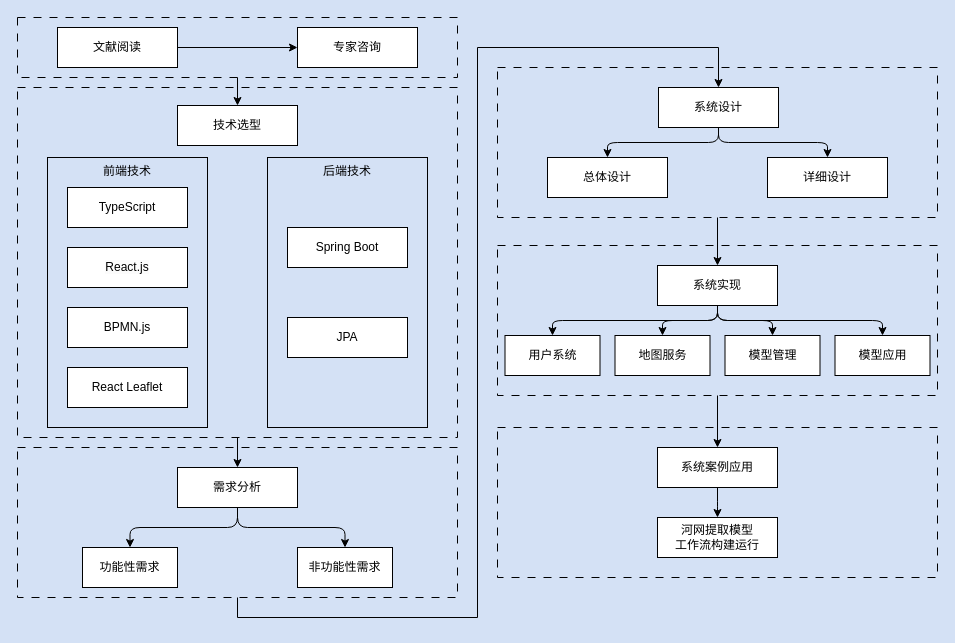
Above: page "第 2 页" (2 of 2) of 本科毕设/技术路线图.drawio in Orangon/drawio-digrams (draw.io), before the change. Source tidied: cells renumbered, new cells numbered last; positions are measured from the earlier drawing's top-left corner, leaving out a move shared by most shapes. Both pictures are drawn from the tidied source at 100%, with x=0, y=0 at pixel (17, 17).
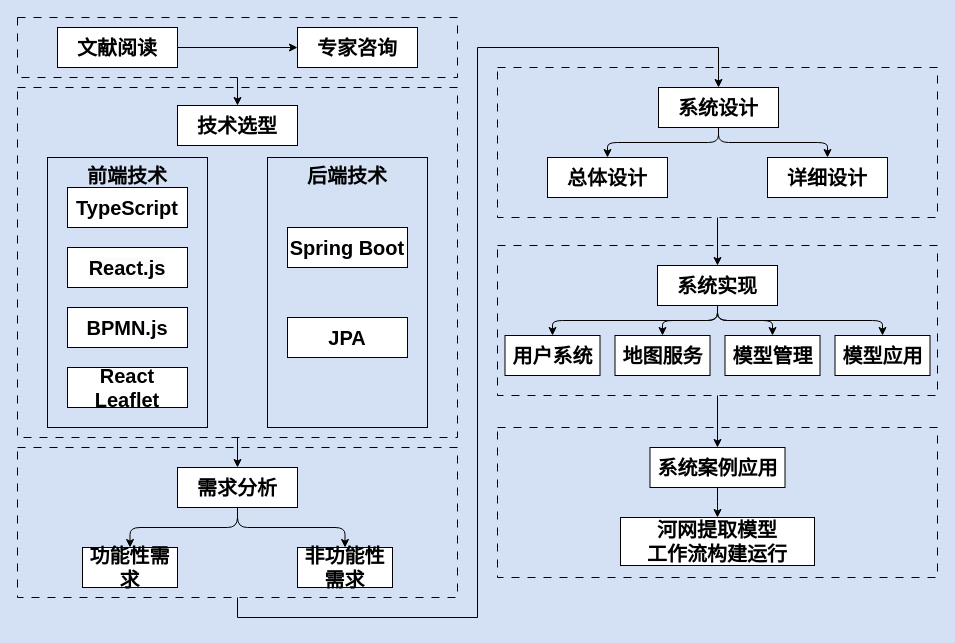
The same page after the edit.

Commit message:
更新技术路线图.drawio

What changed in the source:
```diff
@@
-    <mxCell id="2" style="edgeStyle=orthogonalEdgeStyle;rounded=0;jettySize=auto;html=1;entryX=0.5;entryY=0;entryDx=0;entryDy=0;" parent="1" edge="1" source="3" target="9">
+    <mxCell id="2" style="edgeStyle=orthogonalEdgeStyle;rounded=0;jettySize=auto;html=1;entryX=0.5;entryY=0;entryDx=0;entryDy=0;fontSize=20;fontStyle=1;" parent="1" edge="1" source="3" target="9">
       <mxGeometry relative="1" as="geometry" />
     </mxCell>
-    <mxCell id="3" style="rounded=0;whiteSpace=wrap;html=1;fillColor=none;dashed=1;dashPattern=8 8;" parent="1" vertex="1">
+    <mxCell id="3" style="rounded=0;whiteSpace=wrap;html=1;fillColor=none;dashed=1;dashPattern=8 8;fontSize=20;fontStyle=1;" parent="1" vertex="1">
       <mxGeometry y="70" width="440" height="350" as="geometry" />
     </mxCell>
-    <mxCell id="4" value="技术选型" style="rounded=0;whiteSpace=wrap;html=1;" parent="1" vertex="1">
+    <mxCell id="4" value="技术选型" style="rounded=0;whiteSpace=wrap;html=1;fontSize=20;fontStyle=1;" parent="1" vertex="1">
       <mxGeometry x="160" y="88" width="120" height="40" as="geometry" />
     </mxCell>
-    <mxCell id="5" style="edgeStyle=orthogonalEdgeStyle;rounded=0;jettySize=auto;html=1;exitX=0.5;exitY=1;exitDx=0;exitDy=0;" parent="1" edge="1" source="6" target="14">
+    <mxCell id="5" style="edgeStyle=orthogonalEdgeStyle;rounded=0;jettySize=auto;html=1;exitX=0.5;exitY=1;exitDx=0;exitDy=0;fontSize=20;fontStyle=1;" parent="1" edge="1" source="6" target="14">
       <mxGeometry relative="1" as="geometry">
         <Array as="points">
           <mxPoint x="220" y="600" />
           <mxPoint x="460" y="600" />
           <mxPoint x="460" y="30" />
           <mxPoint x="701" y="30" />
         </Array>
       </mxGeometry>
     </mxCell>
-    <mxCell id="6" style="rounded=0;whiteSpace=wrap;html=1;fillColor=none;dashed=1;dashPattern=8 8;" parent="1" vertex="1">
+    <mxCell id="6" style="rounded=0;whiteSpace=wrap;html=1;fillColor=none;dashed=1;dashPattern=8 8;fontSize=20;fontStyle=1;" parent="1" vertex="1">
       <mxGeometry y="430" width="440" height="150" as="geometry" />
     </mxCell>
-    <mxCell id="7" style="edgeStyle=elbowEdgeStyle;elbow=vertical;html=1;" parent="1" edge="1" source="9" target="32">
+    <mxCell id="7" style="edgeStyle=elbowEdgeStyle;elbow=vertical;html=1;fontSize=20;fontStyle=1;" parent="1" edge="1" source="9" target="32">
       <mxGeometry relative="1" as="geometry" />
     </mxCell>
-    <mxCell id="8" style="edgeStyle=elbowEdgeStyle;elbow=vertical;html=1;" parent="1" edge="1" source="9" target="33">
+    <mxCell id="8" style="edgeStyle=elbowEdgeStyle;elbow=vertical;html=1;fontSize=20;fontStyle=1;" parent="1" edge="1" source="9" target="33">
       <mxGeometry relative="1" as="geometry" />
     </mxCell>
-    <mxCell id="9" value="需求分析" style="rounded=0;whiteSpace=wrap;html=1;" parent="1" vertex="1">
+    <mxCell id="9" value="需求分析" style="rounded=0;whiteSpace=wrap;html=1;fontSize=20;fontStyle=1;" parent="1" vertex="1">
       <mxGeometry x="160" y="450" width="120" height="40" as="geometry" />
     </mxCell>
-    <mxCell id="10" style="edgeStyle=orthogonalEdgeStyle;rounded=0;jettySize=auto;html=1;" parent="1" edge="1" source="11" target="23">
+    <mxCell id="10" style="edgeStyle=orthogonalEdgeStyle;rounded=0;jettySize=auto;html=1;fontSize=20;fontStyle=1;" parent="1" edge="1" source="11" target="23">
       <mxGeometry relative="1" as="geometry" />
     </mxCell>
-    <mxCell id="11" style="rounded=0;whiteSpace=wrap;html=1;fillColor=none;dashed=1;dashPattern=8 8;" parent="1" vertex="1">
+    <mxCell id="11" style="rounded=0;whiteSpace=wrap;html=1;fillColor=none;dashed=1;dashPattern=8 8;fontSize=20;fontStyle=1;" parent="1" vertex="1">
       <mxGeometry x="480" y="50" width="440" height="150" as="geometry" />
     </mxCell>
-    <mxCell id="12" style="edgeStyle=elbowEdgeStyle;elbow=vertical;html=1;entryX=0.5;entryY=0;entryDx=0;entryDy=0;" parent="1" edge="1" source="14" target="16">
+    <mxCell id="12" style="edgeStyle=elbowEdgeStyle;elbow=vertical;html=1;entryX=0.5;entryY=0;entryDx=0;entryDy=0;fontSize=20;fontStyle=1;" parent="1" edge="1" source="14" target="16">
       <mxGeometry relative="1" as="geometry" />
     </mxCell>
-    <mxCell id="13" style="edgeStyle=elbowEdgeStyle;elbow=vertical;html=1;entryX=0.5;entryY=0;entryDx=0;entryDy=0;" parent="1" edge="1" source="14" target="15">
+    <mxCell id="13" style="edgeStyle=elbowEdgeStyle;elbow=vertical;html=1;entryX=0.5;entryY=0;entryDx=0;entryDy=0;fontSize=20;fontStyle=1;" parent="1" edge="1" source="14" target="15">
       <mxGeometry relative="1" as="geometry" />
     </mxCell>
-    <mxCell id="14" value="系统设计" style="rounded=0;whiteSpace=wrap;html=1;" parent="1" vertex="1">
+    <mxCell id="14" value="系统设计" style="rounded=0;whiteSpace=wrap;html=1;fontSize=20;fontStyle=1;" parent="1" vertex="1">
       <mxGeometry x="641" y="70" width="120" height="40" as="geometry" />
     </mxCell>
-    <mxCell id="15" value="详细设计" style="rounded=0;whiteSpace=wrap;html=1;" parent="1" vertex="1">
+    <mxCell id="15" value="详细设计" style="rounded=0;whiteSpace=wrap;html=1;fontSize=20;fontStyle=1;" parent="1" vertex="1">
       <mxGeometry x="750" y="140" width="120" height="40" as="geometry" />
     </mxCell>
-    <mxCell id="16" value="总体设计" style="rounded=0;whiteSpace=wrap;html=1;" parent="1" vertex="1">
+    <mxCell id="16" value="总体设计" style="rounded=0;whiteSpace=wrap;html=1;fontSize=20;fontStyle=1;" parent="1" vertex="1">
       <mxGeometry x="530" y="140" width="120" height="40" as="geometry" />
     </mxCell>
-    <mxCell id="17" style="edgeStyle=orthogonalEdgeStyle;rounded=0;jettySize=auto;html=1;entryX=0.5;entryY=0;entryDx=0;entryDy=0;" parent="1" edge="1" source="18" target="26">
+    <mxCell id="17" style="rounded=0;jettySize=auto;html=1;entryX=0.5;entryY=0;entryDx=0;entryDy=0;" parent="1" edge="1" source="18" target="26">
       <mxGeometry relative="1" as="geometry" />
     </mxCell>
-    <mxCell id="18" style="rounded=0;whiteSpace=wrap;html=1;fillColor=none;dashed=1;dashPattern=8 8;" parent="1" vertex="1">
+    <mxCell id="18" style="rounded=0;whiteSpace=wrap;html=1;fillColor=none;dashed=1;dashPattern=8 8;fontSize=20;fontStyle=1;" parent="1" vertex="1">
       <mxGeometry x="480" y="228" width="440" height="150" as="geometry" />
     </mxCell>
-    <mxCell id="19" style="edgeStyle=orthogonalEdgeStyle;html=1;entryX=0.5;entryY=0;entryDx=0;entryDy=0;" parent="1" edge="1" source="23" target="36">
+    <mxCell id="19" style="edgeStyle=orthogonalEdgeStyle;html=1;entryX=0.5;entryY=0;entryDx=0;entryDy=0;fontSize=20;fontStyle=1;" parent="1" edge="1" source="23" target="36">
       <mxGeometry relative="1" as="geometry" />
     </mxCell>
-    <mxCell id="20" style="edgeStyle=elbowEdgeStyle;elbow=vertical;html=1;entryX=0.5;entryY=0;entryDx=0;entryDy=0;" parent="1" edge="1" source="23" target="35">
+    <mxCell id="20" style="edgeStyle=elbowEdgeStyle;elbow=vertical;html=1;entryX=0.5;entryY=0;entryDx=0;entryDy=0;fontSize=20;fontStyle=1;" parent="1" edge="1" source="23" target="35">
       <mxGeometry relative="1" as="geometry" />
     </mxCell>
-    <mxCell id="21" style="edgeStyle=elbowEdgeStyle;elbow=vertical;html=1;" parent="1" edge="1" source="23" target="37">
+    <mxCell id="21" style="edgeStyle=elbowEdgeStyle;elbow=vertical;html=1;fontSize=20;fontStyle=1;" parent="1" edge="1" source="23" target="37">
       <mxGeometry relative="1" as="geometry" />
     </mxCell>
-    <mxCell id="22" style="edgeStyle=elbowEdgeStyle;elbow=vertical;html=1;" parent="1" edge="1" source="23" target="38">
+    <mxCell id="22" style="edgeStyle=elbowEdgeStyle;elbow=vertical;html=1;fontSize=20;fontStyle=1;" parent="1" edge="1" source="23" target="38">
       <mxGeometry relative="1" as="geometry" />
     </mxCell>
-    <mxCell id="23" value="系统实现" style="rounded=0;whiteSpace=wrap;html=1;" parent="1" vertex="1">
+    <mxCell id="23" value="系统实现" style="rounded=0;whiteSpace=wrap;html=1;fontSize=20;fontStyle=1;" parent="1" vertex="1">
       <mxGeometry x="640" y="248" width="120" height="40" as="geometry" />
     </mxCell>
-    <mxCell id="24" style="rounded=0;whiteSpace=wrap;html=1;fillColor=none;dashed=1;dashPattern=8 8;" parent="1" vertex="1">
+    <mxCell id="24" style="rounded=0;whiteSpace=wrap;html=1;fillColor=none;dashed=1;dashPattern=8 8;fontSize=20;fontStyle=1;" parent="1" vertex="1">
       <mxGeometry x="480" y="410" width="440" height="150" as="geometry" />
     </mxCell>
-    <mxCell id="25" style="edgeStyle=elbowEdgeStyle;elbow=vertical;html=1;" parent="1" edge="1" source="26" target="34">
+    <mxCell id="25" style="edgeStyle=elbowEdgeStyle;elbow=vertical;html=1;fontSize=20;fontStyle=1;" parent="1" edge="1" source="26" target="34">
       <mxGeometry relative="1" as="geometry" />
     </mxCell>
-    <mxCell id="26" value="系统案例应用" style="rounded=0;whiteSpace=wrap;html=1;" parent="1" vertex="1">
-      <mxGeometry x="640" y="430" width="120" height="40" as="geometry" />
+    <mxCell id="26" value="系统案例应用" style="rounded=0;whiteSpace=wrap;html=1;fontSize=20;fontStyle=1;" parent="1" vertex="1">
+      <mxGeometry x="632.5" y="430" width="135" height="40" as="geometry" />
     </mxCell>
-    <mxCell id="27" value="前端技术" style="rounded=0;whiteSpace=wrap;html=1;fillColor=none;verticalAlign=top;" parent="1" vertex="1">
+    <mxCell id="27" value="前端技术" style="rounded=0;whiteSpace=wrap;html=1;fillColor=none;verticalAlign=top;fontSize=20;fontStyle=1;" parent="1" vertex="1">
       <mxGeometry x="30" y="140" width="160" height="270" as="geometry" />
     </mxCell>
-    <mxCell id="28" value="&lt;span style=&quot;color: rgb(0, 0, 0); font-family: Helvetica; font-size: 12px; font-style: normal; font-variant-ligatures: normal; font-variant-caps: normal; font-weight: 400; letter-spacing: normal; orphans: 2; text-align: center; text-indent: 0px; text-transform: none; widows: 2; word-spacing: 0px; -webkit-text-stroke-width: 0px; background-color: rgb(251, 251, 251); text-decoration-thickness: initial; text-decoration-style: initial; text-decoration-color: initial; float: none; display: inline !important;&quot;&gt;React.js&lt;/span&gt;" style="rounded=0;whiteSpace=wrap;html=1;" parent="1" vertex="1">
+    <mxCell id="28" value="&lt;span style=&quot;color: rgb(0, 0, 0); font-family: Helvetica; font-size: 20px; font-style: normal; font-variant-ligatures: normal; font-variant-caps: normal; letter-spacing: normal; orphans: 2; text-align: center; text-indent: 0px; text-transform: none; widows: 2; word-spacing: 0px; -webkit-text-stroke-width: 0px; background-color: rgb(251, 251, 251); text-decoration-thickness: initial; text-decoration-style: initial; text-decoration-color: initial; float: none; display: inline !important;&quot;&gt;React.js&lt;/span&gt;" style="rounded=0;whiteSpace=wrap;html=1;fontSize=20;fontStyle=1;" parent="1" vertex="1">
       <mxGeometry x="50" y="230" width="120" height="40" as="geometry" />
     </mxCell>
-    <mxCell id="29" value="React Leaflet" style="rounded=0;whiteSpace=wrap;html=1;" parent="1" vertex="1">
+    <mxCell id="29" value="React Leaflet" style="rounded=0;whiteSpace=wrap;html=1;fontSize=20;fontStyle=1;" parent="1" vertex="1">
       <mxGeometry x="50" y="350" width="120" height="40" as="geometry" />
     </mxCell>
-    <mxCell id="30" value="TypeScript" style="rounded=0;whiteSpace=wrap;html=1;" parent="1" vertex="1">
+    <mxCell id="30" value="TypeScript" style="rounded=0;whiteSpace=wrap;html=1;fontSize=20;fontStyle=1;" parent="1" vertex="1">
       <mxGeometry x="50" y="170" width="120" height="40" as="geometry" />
     </mxCell>
-    <mxCell id="31" value="BPMN.js" style="rounded=0;whiteSpace=wrap;html=1;" parent="1" vertex="1">
+    <mxCell id="31" value="BPMN.js" style="rounded=0;whiteSpace=wrap;html=1;fontSize=20;fontStyle=1;" parent="1" vertex="1">
       <mxGeometry x="50" y="290" width="120" height="40" as="geometry" />
     </mxCell>
-    <mxCell id="32" value="功能性需求" style="rounded=0;whiteSpace=wrap;html=1;" parent="1" vertex="1">
+    <mxCell id="32" value="功能性需求" style="rounded=0;whiteSpace=wrap;html=1;fontSize=20;fontStyle=1;" parent="1" vertex="1">
       <mxGeometry x="65" y="530" width="95" height="40" as="geometry" />
     </mxCell>
-    <mxCell id="33" value="非功能性需求" style="rounded=0;whiteSpace=wrap;html=1;" parent="1" vertex="1">
+    <mxCell id="33" value="非功能性需求" style="rounded=0;whiteSpace=wrap;html=1;fontSize=20;fontStyle=1;" parent="1" vertex="1">
       <mxGeometry x="280" y="530" width="95" height="40" as="geometry" />
     </mxCell>
-    <mxCell id="34" value="河网提取模型&lt;br&gt;工作流构建运行" style="rounded=0;whiteSpace=wrap;html=1;" parent="1" vertex="1">
-      <mxGeometry x="640" y="500" width="120" height="40" as="geometry" />
+    <mxCell id="34" value="河网提取模型&lt;br style=&quot;font-size: 20px;&quot;&gt;工作流构建运行" style="rounded=0;whiteSpace=wrap;html=1;fontSize=20;fontStyle=1;" parent="1" vertex="1">
+      <mxGeometry x="603" y="500" width="194" height="48" as="geometry" />
     </mxCell>
-    <mxCell id="35" value="用户系统" style="rounded=0;whiteSpace=wrap;html=1;" parent="1" vertex="1">
+    <mxCell id="35" value="用户系统" style="rounded=0;whiteSpace=wrap;html=1;fontSize=20;fontStyle=1;" parent="1" vertex="1">
       <mxGeometry x="487.5" y="318" width="95" height="40" as="geometry" />
     </mxCell>
-    <mxCell id="36" value="地图服务" style="rounded=0;whiteSpace=wrap;html=1;" parent="1" vertex="1">
+    <mxCell id="36" value="地图服务" style="rounded=0;whiteSpace=wrap;html=1;fontSize=20;fontStyle=1;" parent="1" vertex="1">
       <mxGeometry x="597.5" y="318" width="95" height="40" as="geometry" />
     </mxCell>
-    <mxCell id="37" value="模型管理" style="rounded=0;whiteSpace=wrap;html=1;" parent="1" vertex="1">
+    <mxCell id="37" value="模型管理" style="rounded=0;whiteSpace=wrap;html=1;fontSize=20;fontStyle=1;" parent="1" vertex="1">
       <mxGeometry x="707.5" y="318" width="95" height="40" as="geometry" />
     </mxCell>
-    <mxCell id="38" value="模型应用" style="rounded=0;whiteSpace=wrap;html=1;" parent="1" vertex="1">
+    <mxCell id="38" value="模型应用" style="rounded=0;whiteSpace=wrap;html=1;fontSize=20;fontStyle=1;" parent="1" vertex="1">
       <mxGeometry x="817.5" y="318" width="95" height="40" as="geometry" />
     </mxCell>
-    <mxCell id="39" value="后端技术" style="rounded=0;whiteSpace=wrap;html=1;fillColor=none;verticalAlign=top;" parent="1" vertex="1">
+    <mxCell id="39" value="后端技术" style="rounded=0;whiteSpace=wrap;html=1;fillColor=none;verticalAlign=top;fontSize=20;fontStyle=1;" parent="1" vertex="1">
       <mxGeometry x="250" y="140" width="160" height="270" as="geometry" />
     </mxCell>
-    <mxCell id="40" value="Spring Boot" style="rounded=0;whiteSpace=wrap;html=1;" parent="1" vertex="1">
+    <mxCell id="40" value="Spring Boot" style="rounded=0;whiteSpace=wrap;html=1;fontSize=20;fontStyle=1;" parent="1" vertex="1">
       <mxGeometry x="270" y="210" width="120" height="40" as="geometry" />
     </mxCell>
-    <mxCell id="41" value="JPA" style="rounded=0;whiteSpace=wrap;html=1;" parent="1" vertex="1">
+    <mxCell id="41" value="JPA" style="rounded=0;whiteSpace=wrap;html=1;fontSize=20;fontStyle=1;" parent="1" vertex="1">
       <mxGeometry x="270" y="300" width="120" height="40" as="geometry" />
     </mxCell>
-    <mxCell id="42" style="edgeStyle=orthogonalEdgeStyle;rounded=0;jettySize=auto;html=1;" parent="1" edge="1" source="43" target="4">
+    <mxCell id="42" style="edgeStyle=orthogonalEdgeStyle;rounded=0;jettySize=auto;html=1;fontSize=20;fontStyle=1;" parent="1" edge="1" source="43" target="4">
       <mxGeometry relative="1" as="geometry" />
     </mxCell>
-    <mxCell id="43" style="rounded=0;whiteSpace=wrap;html=1;fillColor=none;dashed=1;dashPattern=8 8;" parent="1" vertex="1">
+    <mxCell id="43" style="rounded=0;whiteSpace=wrap;html=1;fillColor=none;dashed=1;dashPattern=8 8;fontSize=20;fontStyle=1;" parent="1" vertex="1">
       <mxGeometry width="440" height="60" as="geometry" />
     </mxCell>
-    <mxCell id="44" style="edgeStyle=orthogonalEdgeStyle;rounded=0;jettySize=auto;html=1;" parent="1" edge="1" source="45" target="46">
+    <mxCell id="44" style="edgeStyle=orthogonalEdgeStyle;rounded=0;jettySize=auto;html=1;fontSize=20;fontStyle=1;" parent="1" edge="1" source="45" target="46">
       <mxGeometry relative="1" as="geometry" />
     </mxCell>
-    <mxCell id="45" value="文献阅读" style="rounded=0;whiteSpace=wrap;html=1;" parent="1" vertex="1">
+    <mxCell id="45" value="文献阅读" style="rounded=0;whiteSpace=wrap;html=1;fontSize=20;fontStyle=1;" parent="1" vertex="1">
       <mxGeometry x="40" y="10" width="120" height="40" as="geometry" />
     </mxCell>
-    <mxCell id="46" value="专家咨询" style="rounded=0;whiteSpace=wrap;html=1;" parent="1" vertex="1">
+    <mxCell id="46" value="专家咨询" style="rounded=0;whiteSpace=wrap;html=1;fontSize=20;fontStyle=1;" parent="1" vertex="1">
       <mxGeometry x="280" y="10" width="120" height="40" as="geometry" />
     </mxCell>
```
